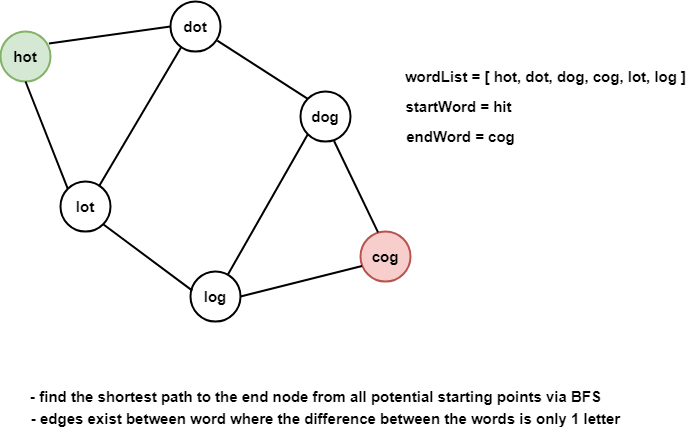
This is Python3/img/WordLadder.png from ashiven/leetcode-solutions, a draw.io export, as it was before one commit. Source tidied: cells renumbered, new cells last; positions are measured from the earlier drawing's top-left corner, leaving out a move shared by most shapes.
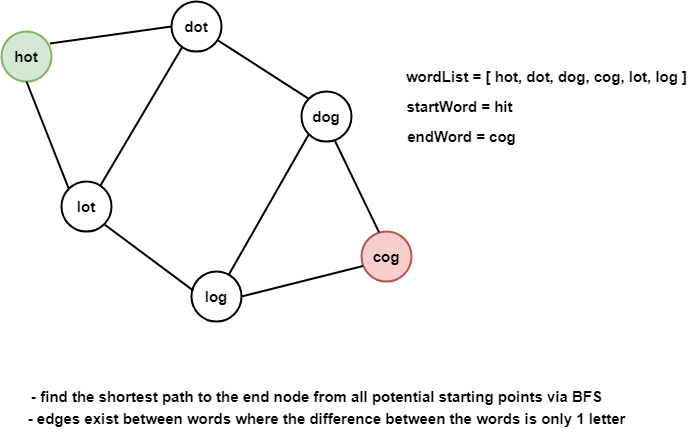
Above is the later version.

What changed in the source:
```diff
@@ -53,8 +53,8 @@
     <mxCell id="18" value="- find the shortest path to the end node from all potential starting points via BFS" style="text;html=1;align=center;verticalAlign=middle;strokeColor=none;fillColor=none;fontStyle=1;fontSize=15;" parent="1" vertex="1">
       <mxGeometry x="20" y="380" width="590" height="30" as="geometry" />
     </mxCell>
-    <mxCell id="19" value="- edges exist between word where the difference between the words is only 1 letter" style="text;html=1;align=center;verticalAlign=middle;strokeColor=none;fillColor=none;fontStyle=1;fontSize=15;" parent="1" vertex="1">
-      <mxGeometry x="20" y="402" width="610" height="30" as="geometry" />
+    <mxCell id="19" value="- edges exist between words where the difference between the words is only 1 letter" style="text;html=1;align=center;verticalAlign=middle;strokeColor=none;fillColor=none;fontStyle=1;fontSize=15;" parent="1" vertex="1">
+      <mxGeometry x="15" y="402" width="620" height="30" as="geometry" />
     </mxCell>
     <mxCell id="20" value="wordList = [ hot, dot, dog, cog, lot, log ]" style="text;html=1;align=center;verticalAlign=middle;strokeColor=none;fillColor=none;fontSize=15;fontStyle=1;" parent="1" vertex="1">
       <mxGeometry x="395" y="60" width="300" height="30" as="geometry" />
```
